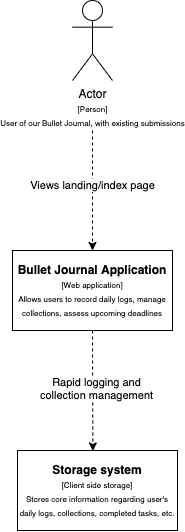
The draw.io diagram specs/architecture/c4_container_diagram.drawio.png in will-chung/cse110-w21-group7, before a commit. Source tidied: cells renumbered, new cells last; positions are measured from the earlier drawing's top-left corner, leaving out a move shared by most shapes. Its diagram source:
```xml
<mxGraphModel>
  <root>
    <mxCell id="0" />
    <mxCell id="1" parent="0" />
    <mxCell id="2" value="Actor&lt;br&gt;&lt;font style=&quot;font-size: 8px&quot;&gt;[Person]&lt;br&gt;&lt;/font&gt;&lt;font style=&quot;font-size: 8px&quot;&gt;User of our Bullet Journal, with existing submissions&lt;/font&gt;" style="shape=umlActor;verticalLabelPosition=bottom;verticalAlign=top;html=1;" parent="1" vertex="1">
      <mxGeometry x="60" width="40" height="80" as="geometry" />
    </mxCell>
    <mxCell id="3" value="&lt;b&gt;Bullet Journal Application&lt;/b&gt;&lt;br&gt;&lt;font style=&quot;font-size: 8px&quot;&gt;[Web application]&lt;br&gt;Allows users to record daily logs, manage collections, assess upcoming deadlines&lt;/font&gt;" style="rounded=0;whiteSpace=wrap;html=1;" parent="1" vertex="1">
      <mxGeometry y="250" width="160" height="80" as="geometry" />
    </mxCell>
    <mxCell id="4" style="endArrow=classic;html=1;entryX=0.5;entryY=0;entryDx=0;entryDy=0;dashed=1;" parent="1" edge="1" target="3">
      <mxGeometry relative="1" as="geometry">
        <mxPoint x="80" y="130" as="sourcePoint" />
      </mxGeometry>
    </mxCell>
    <mxCell id="5" value="Views landing/index page" style="edgeLabel;html=1;align=center;verticalAlign=middle;" parent="4" vertex="1">
      <mxGeometry x="-0.1" relative="1" as="geometry" />
    </mxCell>
    <mxCell id="6" value="&lt;b&gt;Storage system&lt;/b&gt;&lt;br&gt;&lt;font style=&quot;font-size: 8px&quot;&gt;[Client side storage]&lt;br&gt;Stores core information regarding user's daily logs, collections, completed tasks, etc.&lt;br&gt;&lt;/font&gt;" style="rounded=0;whiteSpace=wrap;html=1;" parent="1" vertex="1">
      <mxGeometry x="5" y="450" width="160" height="80" as="geometry" />
    </mxCell>
    <mxCell id="7" style="endArrow=classic;html=1;dashed=1;exitX=0.5;exitY=1;exitDx=0;exitDy=0;entryX=0.471;entryY=0.006;entryDx=0;entryDy=0;entryPerimeter=0;" parent="1" edge="1" source="3" target="6">
      <mxGeometry relative="1" as="geometry" />
    </mxCell>
    <mxCell id="8" value="Rapid logging and&lt;br&gt;collection management" style="edgeLabel;html=1;align=center;verticalAlign=middle;" parent="7" vertex="1">
      <mxGeometry x="-0.05" y="3" relative="1" as="geometry" />
    </mxCell>
  </root>
</mxGraphModel>
```
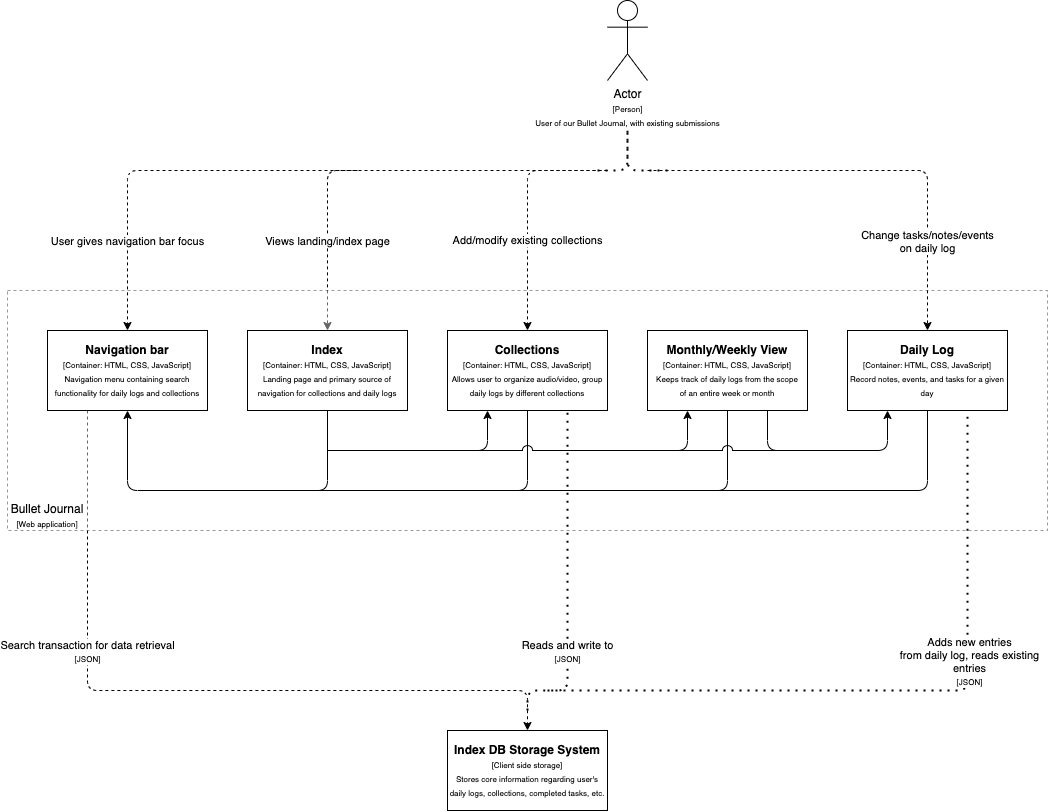
After the change.

Commit message:
Fixed line jumps to be more legible

The edit, as a diff of the source:
```diff
@@ -3,27 +3,205 @@
     <mxCell id="0" />
     <mxCell id="1" parent="0" />
     <mxCell id="2" value="Actor&lt;br&gt;&lt;font style=&quot;font-size: 8px&quot;&gt;[Person]&lt;br&gt;&lt;/font&gt;&lt;font style=&quot;font-size: 8px&quot;&gt;User of our Bullet Journal, with existing submissions&lt;/font&gt;" style="shape=umlActor;verticalLabelPosition=bottom;verticalAlign=top;html=1;" parent="1" vertex="1">
-      <mxGeometry x="60" width="40" height="80" as="geometry" />
+      <mxGeometry x="60" y="-40" width="40" height="80" as="geometry" />
     </mxCell>
-    <mxCell id="3" value="&lt;b&gt;Bullet Journal Application&lt;/b&gt;&lt;br&gt;&lt;font style=&quot;font-size: 8px&quot;&gt;[Web application]&lt;br&gt;Allows users to record daily logs, manage collections, assess upcoming deadlines&lt;/font&gt;" style="rounded=0;whiteSpace=wrap;html=1;" parent="1" vertex="1">
-      <mxGeometry y="250" width="160" height="80" as="geometry" />
-    </mxCell>
-    <mxCell id="4" style="endArrow=classic;html=1;entryX=0.5;entryY=0;entryDx=0;entryDy=0;dashed=1;" parent="1" edge="1" target="3">
+    <mxCell id="4" style="endArrow=classic;html=1;entryX=0.5;entryY=0;entryDx=0;entryDy=0;dashed=1;" parent="1" edge="1" target="10">
       <mxGeometry relative="1" as="geometry">
-        <mxPoint x="80" y="130" as="sourcePoint" />
+        <mxPoint x="60" y="130" as="sourcePoint" />
+        <Array as="points">
+          <mxPoint x="-220" y="130" />
+        </Array>
       </mxGeometry>
     </mxCell>
     <mxCell id="5" value="Views landing/index page" style="edgeLabel;html=1;align=center;verticalAlign=middle;" parent="4" vertex="1">
-      <mxGeometry x="-0.1" relative="1" as="geometry" />
+      <mxGeometry x="-0.1" relative="1" as="geometry">
+        <mxPoint x="-81.7" y="70" as="offset" />
+      </mxGeometry>
     </mxCell>
-    <mxCell id="6" value="&lt;b&gt;Storage system&lt;/b&gt;&lt;br&gt;&lt;font style=&quot;font-size: 8px&quot;&gt;[Client side storage]&lt;br&gt;Stores core information regarding user's daily logs, collections, completed tasks, etc.&lt;br&gt;&lt;/font&gt;" style="rounded=0;whiteSpace=wrap;html=1;" parent="1" vertex="1">
-      <mxGeometry x="5" y="450" width="160" height="80" as="geometry" />
+    <mxCell id="6" value="&lt;b&gt;Index DB Storage System&lt;/b&gt;&lt;br&gt;&lt;font style=&quot;font-size: 8px&quot;&gt;[Client side storage]&lt;br&gt;Stores core information regarding user's daily logs, collections, completed tasks, etc.&lt;br&gt;&lt;/font&gt;" style="rounded=0;whiteSpace=wrap;html=1;" parent="1" vertex="1">
+      <mxGeometry x="-100" y="690" width="160" height="80" as="geometry" />
     </mxCell>
-    <mxCell id="7" style="endArrow=classic;html=1;dashed=1;exitX=0.5;exitY=1;exitDx=0;exitDy=0;entryX=0.471;entryY=0.006;entryDx=0;entryDy=0;entryPerimeter=0;" parent="1" edge="1" source="3" target="6">
-      <mxGeometry relative="1" as="geometry" />
+    <mxCell id="7" style="endArrow=classic;html=1;dashed=1;entryX=0.5;entryY=0;entryDx=0;entryDy=0;exitX=0.25;exitY=1;exitDx=0;exitDy=0;" parent="1" edge="1" source="17" target="6">
+      <mxGeometry relative="1" as="geometry">
+        <Array as="points">
+          <mxPoint x="-460" y="650" />
+          <mxPoint x="-20" y="650" />
+        </Array>
+      </mxGeometry>
     </mxCell>
-    <mxCell id="8" value="Rapid logging and&lt;br&gt;collection management" style="edgeLabel;html=1;align=center;verticalAlign=middle;" parent="7" vertex="1">
-      <mxGeometry x="-0.05" y="3" relative="1" as="geometry" />
+    <mxCell id="8" value="Search transaction for data retrieval&lt;br&gt;&lt;font style=&quot;font-size: 8px&quot;&gt;[JSON]&lt;/font&gt;" style="edgeLabel;html=1;align=center;verticalAlign=middle;" parent="7" vertex="1">
+      <mxGeometry x="-0.05" y="3" relative="1" as="geometry">
+        <mxPoint x="-81" y="-37" as="offset" />
+      </mxGeometry>
     </mxCell>
+    <mxCell id="9" style="rounded=0;whiteSpace=wrap;html=1;dashed=1;opacity=40;strokeWidth=1;perimeterSpacing=1;shadow=0;glass=0;sketch=0;align=left;" parent="1" vertex="1">
+      <mxGeometry x="-540" y="250" width="1040" height="240" as="geometry" />
+    </mxCell>
+    <mxCell id="10" value="&lt;b&gt;Index&lt;/b&gt;&lt;br&gt;&lt;font style=&quot;font-size: 8px&quot;&gt;[Container: HTML, CSS, JavaScript]&lt;br&gt;Landing page and primary source of&lt;br&gt;navigation for collections and daily logs&lt;br&gt;&lt;/font&gt;" style="rounded=0;whiteSpace=wrap;html=1;" parent="1" vertex="1">
+      <mxGeometry x="-300" y="290" width="160" height="80" as="geometry" />
+    </mxCell>
+    <mxCell id="11" value="&lt;b&gt;Monthly/Weekly View&lt;/b&gt;&lt;br&gt;&lt;font style=&quot;font-size: 8px&quot;&gt;[Container: HTML, CSS, JavaScript]&lt;br&gt;Keeps track of daily logs from the scope&lt;br&gt;of an entire week or month&lt;br&gt;&lt;/font&gt;" style="rounded=0;whiteSpace=wrap;html=1;" parent="1" vertex="1">
+      <mxGeometry x="100" y="290" width="160" height="80" as="geometry" />
+    </mxCell>
+    <mxCell id="12" value="&lt;b&gt;Daily Log&lt;/b&gt;&lt;br&gt;&lt;font style=&quot;font-size: 8px&quot;&gt;[Container: HTML, CSS, JavaScript]&lt;br&gt;Record notes, events, and tasks for a given day&lt;br&gt;&lt;/font&gt;" style="rounded=0;whiteSpace=wrap;html=1;" parent="1" vertex="1">
+      <mxGeometry x="300" y="290" width="160" height="80" as="geometry" />
+    </mxCell>
+    <mxCell id="13" value="&lt;b&gt;Collections&lt;/b&gt;&lt;br&gt;&lt;font style=&quot;font-size: 8px&quot;&gt;[Container: HTML, CSS, JavaScript]&lt;br&gt;Allows user to organize audio/video, group daily logs by different collections&lt;br&gt;&lt;/font&gt;" style="rounded=0;whiteSpace=wrap;html=1;" parent="1" vertex="1">
+      <mxGeometry x="-100" y="290" width="160" height="80" as="geometry" />
+    </mxCell>
+    <mxCell id="14" value="Add/modify existing collections" style="endArrow=classic;html=1;dashed=1;entryX=0.5;entryY=0;entryDx=0;entryDy=0;" parent="1" edge="1" target="13">
+      <mxGeometry x="0.25" relative="1" as="geometry">
+        <mxPoint x="60" y="130" as="sourcePoint" />
+        <Array as="points">
+          <mxPoint x="-20" y="130" />
+        </Array>
+      </mxGeometry>
+    </mxCell>
+    <mxCell id="15" style="endArrow=classic;html=1;dashed=1;entryX=0.5;entryY=0;entryDx=0;entryDy=0;" parent="1" edge="1" target="12">
+      <mxGeometry relative="1" as="geometry">
+        <mxPoint x="100" y="130" as="sourcePoint" />
+        <Array as="points">
+          <mxPoint x="380" y="130" />
+        </Array>
+      </mxGeometry>
+    </mxCell>
+    <mxCell id="16" value="Change tasks/notes/events&lt;br&gt;on daily log" style="edgeLabel;html=1;align=center;verticalAlign=middle;" parent="15" vertex="1">
+      <mxGeometry y="1" relative="1" as="geometry">
+        <mxPoint x="61.1" y="71" as="offset" />
+      </mxGeometry>
+    </mxCell>
+    <mxCell id="17" value="&lt;b&gt;Navigation bar&lt;/b&gt;&lt;br&gt;&lt;font style=&quot;font-size: 8px&quot;&gt;[Container: HTML, CSS, JavaScript]&lt;br&gt;Navigation menu containing search functionality for daily logs and collections&lt;br&gt;&lt;/font&gt;" style="rounded=0;whiteSpace=wrap;html=1;" parent="1" vertex="1">
+      <mxGeometry x="-500" y="290" width="160" height="80" as="geometry" />
+    </mxCell>
+    <mxCell id="18" style="endArrow=none;dashed=1;html=1;dashPattern=1 3;strokeWidth=2;" parent="1" edge="1">
+      <mxGeometry relative="1" as="geometry">
+        <mxPoint x="50" y="130" as="sourcePoint" />
+        <mxPoint x="80" y="90" as="targetPoint" />
+        <Array as="points">
+          <mxPoint x="80" y="130" />
+        </Array>
+      </mxGeometry>
+    </mxCell>
+    <mxCell id="19" style="endArrow=none;dashed=1;html=1;dashPattern=1 3;strokeWidth=2;" parent="1" edge="1">
+      <mxGeometry relative="1" as="geometry">
+        <mxPoint x="120" y="130" as="sourcePoint" />
+        <mxPoint x="80" y="90" as="targetPoint" />
+        <Array as="points">
+          <mxPoint x="80" y="130" />
+        </Array>
+      </mxGeometry>
+    </mxCell>
+    <mxCell id="20" style="endArrow=classic;html=1;entryX=0.5;entryY=0;entryDx=0;entryDy=0;dashed=1;" parent="1" edge="1" target="17">
+      <mxGeometry relative="1" as="geometry">
+        <mxPoint x="-190" y="130" as="sourcePoint" />
+        <Array as="points">
+          <mxPoint x="-420" y="130" />
+        </Array>
+      </mxGeometry>
+    </mxCell>
+    <mxCell id="21" value="User gives navigation bar focus" style="edgeLabel;html=1;align=center;verticalAlign=middle;" parent="20" vertex="1">
+      <mxGeometry x="-0.1" relative="1" as="geometry">
+        <mxPoint x="-54.6" y="70" as="offset" />
+      </mxGeometry>
+    </mxCell>
+    <mxCell id="22" style="endArrow=classic;html=1;exitX=0.5;exitY=1;exitDx=0;exitDy=0;" parent="1" edge="1" source="10">
+      <mxGeometry relative="1" as="geometry">
+        <mxPoint x="-420" y="370" as="targetPoint" />
+        <Array as="points">
+          <mxPoint x="-220" y="450" />
+          <mxPoint x="-420" y="450" />
+        </Array>
+      </mxGeometry>
+    </mxCell>
+    <mxCell id="23" style="endArrow=none;html=1;entryX=0.5;entryY=1;entryDx=0;entryDy=0;" parent="1" edge="1" target="13">
+      <mxGeometry relative="1" as="geometry">
+        <mxPoint x="-230" y="450" as="sourcePoint" />
+        <Array as="points">
+          <mxPoint x="-20" y="450" />
+        </Array>
+      </mxGeometry>
+    </mxCell>
+    <mxCell id="24" style="endArrow=none;html=1;entryX=0.5;entryY=1;entryDx=0;entryDy=0;" parent="1" edge="1">
+      <mxGeometry relative="1" as="geometry">
+        <mxPoint x="-30" y="450" as="sourcePoint" />
+        <mxPoint x="180" y="370" as="targetPoint" />
+        <Array as="points">
+          <mxPoint x="180" y="450" />
+        </Array>
+      </mxGeometry>
+    </mxCell>
+    <mxCell id="25" style="endArrow=none;html=1;entryX=0.5;entryY=1;entryDx=0;entryDy=0;" parent="1" edge="1">
+      <mxGeometry relative="1" as="geometry">
+        <mxPoint x="170" y="450" as="sourcePoint" />
+        <mxPoint x="380" y="370" as="targetPoint" />
+        <Array as="points">
+          <mxPoint x="380" y="450" />
+        </Array>
+      </mxGeometry>
+    </mxCell>
+    <mxCell id="26" style="endArrow=classic;html=1;entryX=0.25;entryY=1;entryDx=0;entryDy=0;" parent="1" edge="1" target="13">
+      <mxGeometry relative="1" as="geometry">
+        <mxPoint x="-220" y="410" as="sourcePoint" />
+        <Array as="points">
+          <mxPoint x="-60" y="410" />
+        </Array>
+      </mxGeometry>
+    </mxCell>
+    <mxCell id="27" style="endArrow=classic;html=1;entryX=0.25;entryY=1;entryDx=0;entryDy=0;jumpStyle=arc;jumpSize=10;" parent="1" edge="1">
+      <mxGeometry relative="1" as="geometry">
+        <mxPoint x="-100" y="410" as="sourcePoint" />
+        <mxPoint x="140" y="370" as="targetPoint" />
+        <Array as="points">
+          <mxPoint x="140" y="410" />
+        </Array>
+      </mxGeometry>
+    </mxCell>
+    <mxCell id="28" style="endArrow=classic;html=1;entryX=0.25;entryY=1;entryDx=0;entryDy=0;jumpStyle=arc;jumpSize=10;" parent="1" edge="1">
+      <mxGeometry relative="1" as="geometry">
+        <mxPoint x="100" y="410" as="sourcePoint" />
+        <mxPoint x="340" y="370" as="targetPoint" />
+        <Array as="points">
+          <mxPoint x="340" y="410" />
+        </Array>
+      </mxGeometry>
+    </mxCell>
+    <mxCell id="29" style="endArrow=none;html=1;exitX=0.75;exitY=1;exitDx=0;exitDy=0;" parent="1" edge="1" source="11">
+      <mxGeometry relative="1" as="geometry">
+        <mxPoint x="260" y="410" as="targetPoint" />
+        <Array as="points">
+          <mxPoint x="220" y="410" />
+        </Array>
+      </mxGeometry>
+    </mxCell>
+    <mxCell id="30" style="endArrow=none;dashed=1;html=1;dashPattern=1 3;strokeWidth=2;entryX=0.75;entryY=1;entryDx=0;entryDy=0;" parent="1" edge="1" target="13">
+      <mxGeometry relative="1" as="geometry">
+        <mxPoint x="-20" y="670" as="sourcePoint" />
+        <Array as="points">
+          <mxPoint x="-20" y="650" />
+          <mxPoint x="20" y="650" />
+        </Array>
+      </mxGeometry>
+    </mxCell>
+    <mxCell id="31" value="Reads and write to&lt;br&gt;&lt;font style=&quot;font-size: 8px&quot;&gt;[JSON]&lt;/font&gt;" style="edgeLabel;html=1;align=center;verticalAlign=middle;" parent="30" vertex="1">
+      <mxGeometry x="-0.41" y="1" relative="1" as="geometry" />
+    </mxCell>
+    <mxCell id="32" style="endArrow=none;dashed=1;html=1;dashPattern=1 3;strokeWidth=2;entryX=0.75;entryY=1;entryDx=0;entryDy=0;" parent="1" edge="1">
+      <mxGeometry relative="1" as="geometry">
+        <mxPoint y="650" as="sourcePoint" />
+        <mxPoint x="420" y="370" as="targetPoint" />
+        <Array as="points">
+          <mxPoint y="650" />
+          <mxPoint x="420" y="650" />
+        </Array>
+      </mxGeometry>
+    </mxCell>
+    <mxCell id="33" value="Adds new entries&lt;br&gt;from daily log, reads existing&lt;br&gt;entries&lt;br&gt;&lt;font style=&quot;font-size: 8px&quot;&gt;[JSON]&lt;/font&gt;" style="edgeLabel;html=1;align=center;verticalAlign=middle;" parent="32" vertex="1">
+      <mxGeometry x="-0.41" y="1" relative="1" as="geometry">
+        <mxPoint x="215.2" y="-29" as="offset" />
+      </mxGeometry>
+    </mxCell>
+    <mxCell id="34" value="Bullet Journal&lt;br&gt;&lt;font style=&quot;font-size: 8px&quot;&gt;[Web application]&lt;/font&gt;" style="text;html=1;strokeColor=none;fillColor=none;align=center;verticalAlign=middle;whiteSpace=wrap;rounded=0;shadow=0;glass=0;dashed=1;sketch=0;opacity=40;" parent="1" vertex="1">
+      <mxGeometry x="-540" y="460" width="80" height="30" as="geometry" />
+    </mxCell>
   </root>
 </mxGraphModel>
```
